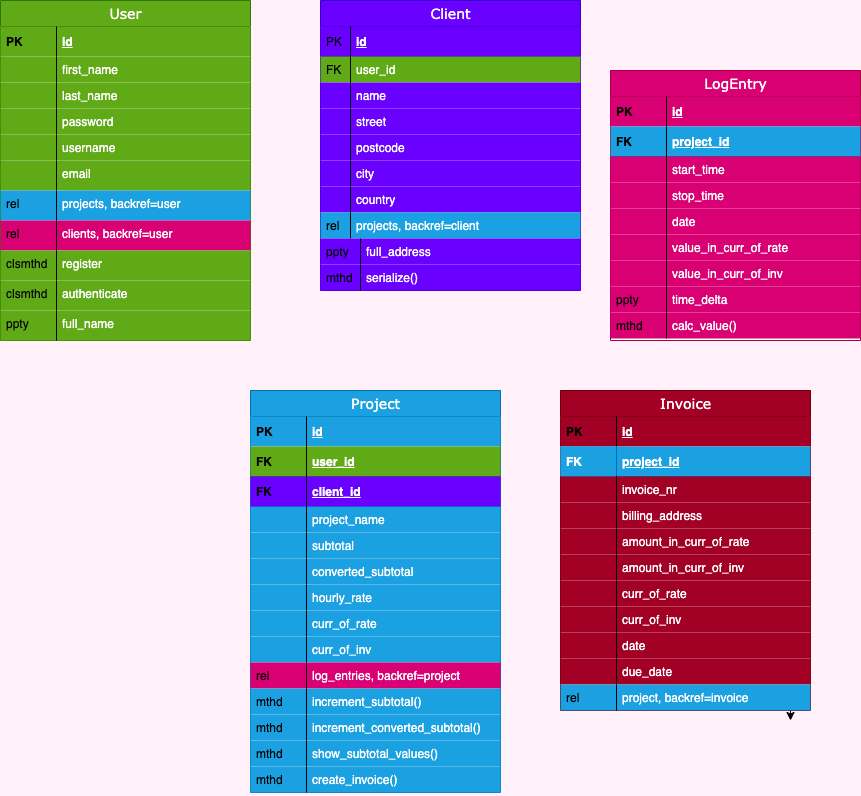
sanspanic/Track keeps this draw.io diagram as schema.png. Above is the earlier version. Source tidied: cells renumbered, new cells last; positions are measured from the earlier drawing's top-left corner, leaving out a move shared by most shapes.
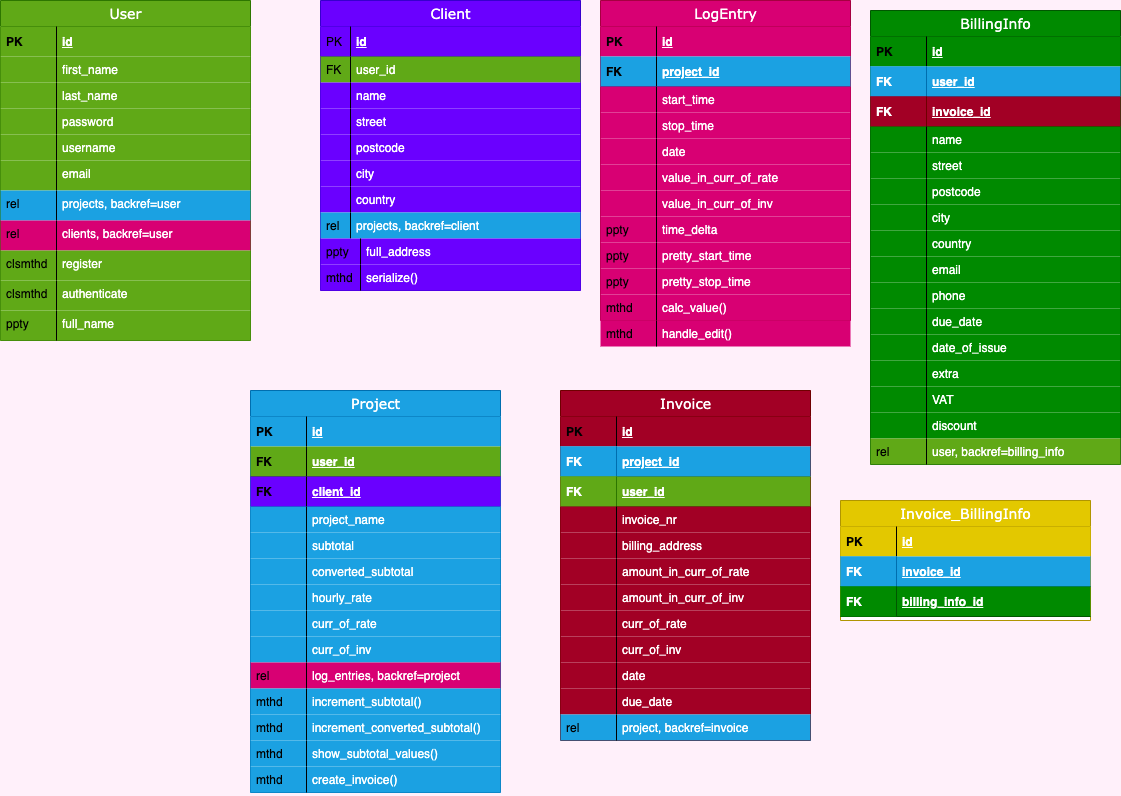
The same file after the commit.

Commit message:
add billing info

Change to the diagram source:
```diff
@@ -224,3 +224,3 @@
     <mxCell id="75" value="LogEntry" style="swimlane;html=1;fontStyle=0;horizontal=1;startSize=26;fillColor=#d80073;swimlaneFillColor=#ffffff;align=center;rounded=0;shadow=0;comic=0;labelBackgroundColor=none;strokeWidth=1;fontFamily=Verdana;fontSize=14;strokeColor=#A50040;fontColor=#ffffff;" parent="1" vertex="1">
-      <mxGeometry x="610" y="70" width="250" height="270" as="geometry" />
+      <mxGeometry x="600" width="250" height="320" as="geometry" />
     </mxCell>
@@ -274,4 +274,16 @@
     </mxCell>
+    <mxCell id="118" value="pretty_start_time" style="shape=partialRectangle;top=0;left=0;right=0;bottom=0;html=1;align=left;verticalAlign=top;fillColor=#d80073;spacingLeft=60;spacingRight=4;whiteSpace=wrap;overflow=hidden;strokeColor=#A50040;fontColor=#ffffff;" parent="75" vertex="1">
+      <mxGeometry y="242" width="250" height="26" as="geometry" />
+    </mxCell>
+    <mxCell id="119" value="ppty" style="shape=partialRectangle;top=0;left=0;bottom=0;html=1;fillColor=none;align=left;verticalAlign=top;spacingLeft=4;spacingRight=4;whiteSpace=wrap;overflow=hidden;" parent="118" vertex="1">
+      <mxGeometry width="56" height="26" as="geometry" />
+    </mxCell>
+    <mxCell id="120" value="pretty_stop_time" style="shape=partialRectangle;top=0;left=0;right=0;bottom=0;html=1;align=left;verticalAlign=top;fillColor=#d80073;spacingLeft=60;spacingRight=4;whiteSpace=wrap;overflow=hidden;strokeColor=#A50040;fontColor=#ffffff;" parent="75" vertex="1">
+      <mxGeometry y="268" width="250" height="26" as="geometry" />
+    </mxCell>
+    <mxCell id="121" value="ppty" style="shape=partialRectangle;top=0;left=0;bottom=0;html=1;fillColor=none;align=left;verticalAlign=top;spacingLeft=4;spacingRight=4;whiteSpace=wrap;overflow=hidden;" parent="120" vertex="1">
+      <mxGeometry width="56" height="26" as="geometry" />
+    </mxCell>
     <mxCell id="92" value="calc_value()" style="shape=partialRectangle;top=0;left=0;right=0;bottom=0;html=1;align=left;verticalAlign=top;fillColor=#d80073;spacingLeft=60;spacingRight=4;whiteSpace=wrap;overflow=hidden;strokeColor=#A50040;fontColor=#ffffff;" parent="75" vertex="1">
-      <mxGeometry y="242" width="250" height="26" as="geometry" />
+      <mxGeometry y="294" width="250" height="26" as="geometry" />
     </mxCell>
@@ -286,3 +298,3 @@
     <mxCell id="95" value="Invoice" style="swimlane;html=1;fontStyle=0;horizontal=1;startSize=26;fillColor=#a20025;swimlaneFillColor=#ffffff;align=center;rounded=0;shadow=0;comic=0;labelBackgroundColor=none;strokeWidth=1;fontFamily=Verdana;fontSize=14;strokeColor=#6F0000;fontColor=#ffffff;" parent="1" vertex="1">
-      <mxGeometry x="560" y="390" width="250" height="320" as="geometry" />
+      <mxGeometry x="560" y="390" width="250" height="350" as="geometry" />
     </mxCell>
@@ -300,4 +312,10 @@
     </mxCell>
+    <mxCell id="122" value="user_id" style="shape=partialRectangle;top=0;left=0;right=0;bottom=1;html=1;align=left;verticalAlign=middle;fillColor=#60a917;spacingLeft=60;spacingRight=4;whiteSpace=wrap;overflow=hidden;fontStyle=5;strokeColor=#2D7600;fontColor=#ffffff;" parent="95" vertex="1">
+      <mxGeometry y="86" width="250" height="30" as="geometry" />
+    </mxCell>
+    <mxCell id="123" value="FK" style="shape=partialRectangle;fontStyle=1;top=0;left=0;bottom=0;html=1;fillColor=#60a917;align=left;verticalAlign=middle;spacingLeft=4;spacingRight=4;whiteSpace=wrap;overflow=hidden;strokeColor=#2D7600;fontColor=#ffffff;" parent="122" vertex="1">
+      <mxGeometry width="56" height="30" as="geometry" />
+    </mxCell>
     <mxCell id="100" value="invoice_nr" style="shape=partialRectangle;top=0;left=0;right=0;bottom=0;html=1;align=left;verticalAlign=top;fillColor=#a20025;spacingLeft=60;spacingRight=4;whiteSpace=wrap;overflow=hidden;strokeColor=#6F0000;fontColor=#ffffff;" parent="95" vertex="1">
-      <mxGeometry y="86" width="250" height="26" as="geometry" />
+      <mxGeometry y="116" width="250" height="26" as="geometry" />
     </mxCell>
@@ -307,3 +325,3 @@
     <mxCell id="102" value="billing_address" style="shape=partialRectangle;top=0;left=0;right=0;bottom=0;html=1;align=left;verticalAlign=top;fillColor=#a20025;spacingLeft=60;spacingRight=4;whiteSpace=wrap;overflow=hidden;strokeColor=#6F0000;fontColor=#ffffff;" parent="95" vertex="1">
-      <mxGeometry y="112" width="250" height="26" as="geometry" />
+      <mxGeometry y="142" width="250" height="26" as="geometry" />
     </mxCell>
@@ -313,3 +331,3 @@
     <mxCell id="104" value="amount_in_curr_of_rate" style="shape=partialRectangle;top=0;left=0;right=0;bottom=0;html=1;align=left;verticalAlign=top;fillColor=#a20025;spacingLeft=60;spacingRight=4;whiteSpace=wrap;overflow=hidden;strokeColor=#6F0000;fontColor=#ffffff;" parent="95" vertex="1">
-      <mxGeometry y="138" width="250" height="26" as="geometry" />
+      <mxGeometry y="168" width="250" height="26" as="geometry" />
     </mxCell>
@@ -319,3 +337,3 @@
     <mxCell id="106" value="amount_in_curr_of_inv" style="shape=partialRectangle;top=0;left=0;right=0;bottom=0;html=1;align=left;verticalAlign=top;fillColor=#a20025;spacingLeft=60;spacingRight=4;whiteSpace=wrap;overflow=hidden;strokeColor=#6F0000;fontColor=#ffffff;" parent="95" vertex="1">
-      <mxGeometry y="164" width="250" height="26" as="geometry" />
+      <mxGeometry y="194" width="250" height="26" as="geometry" />
     </mxCell>
@@ -325,3 +343,3 @@
     <mxCell id="108" value="curr_of_rate" style="shape=partialRectangle;top=0;left=0;right=0;bottom=0;html=1;align=left;verticalAlign=top;fillColor=#a20025;spacingLeft=60;spacingRight=4;whiteSpace=wrap;overflow=hidden;strokeColor=#6F0000;fontColor=#ffffff;" parent="95" vertex="1">
-      <mxGeometry y="190" width="250" height="26" as="geometry" />
+      <mxGeometry y="220" width="250" height="26" as="geometry" />
     </mxCell>
@@ -331,3 +349,3 @@
     <mxCell id="110" value="curr_of_inv" style="shape=partialRectangle;top=0;left=0;right=0;bottom=0;html=1;align=left;verticalAlign=top;fillColor=#a20025;spacingLeft=60;spacingRight=4;whiteSpace=wrap;overflow=hidden;strokeColor=#6F0000;fontColor=#ffffff;" parent="95" vertex="1">
-      <mxGeometry y="216" width="250" height="26" as="geometry" />
+      <mxGeometry y="246" width="250" height="26" as="geometry" />
     </mxCell>
@@ -337,3 +355,3 @@
     <mxCell id="112" value="date" style="shape=partialRectangle;top=0;left=0;right=0;bottom=0;html=1;align=left;verticalAlign=top;fillColor=#a20025;spacingLeft=60;spacingRight=4;whiteSpace=wrap;overflow=hidden;strokeColor=#6F0000;fontColor=#ffffff;" parent="95" vertex="1">
-      <mxGeometry y="242" width="250" height="26" as="geometry" />
+      <mxGeometry y="272" width="250" height="26" as="geometry" />
     </mxCell>
@@ -343,3 +361,3 @@
     <mxCell id="114" value="due_date" style="shape=partialRectangle;top=0;left=0;right=0;bottom=0;html=1;align=left;verticalAlign=top;fillColor=#a20025;spacingLeft=60;spacingRight=4;whiteSpace=wrap;overflow=hidden;strokeColor=#6F0000;fontColor=#ffffff;" parent="95" vertex="1">
-      <mxGeometry y="268" width="250" height="26" as="geometry" />
+      <mxGeometry y="298" width="250" height="26" as="geometry" />
     </mxCell>
@@ -349,3 +367,3 @@
     <mxCell id="116" value="project, backref=invoice" style="shape=partialRectangle;top=0;left=0;right=0;bottom=0;html=1;align=left;verticalAlign=top;fillColor=#1ba1e2;spacingLeft=60;spacingRight=4;whiteSpace=wrap;overflow=hidden;strokeColor=#006EAF;fontColor=#ffffff;" parent="95" vertex="1">
-      <mxGeometry y="294" width="250" height="26" as="geometry" />
+      <mxGeometry y="324" width="250" height="26" as="geometry" />
     </mxCell>
@@ -354,2 +372,128 @@
     </mxCell>
+    <mxCell id="124" value="BillingInfo" style="swimlane;html=1;fontStyle=0;horizontal=1;startSize=26;fillColor=#008a00;swimlaneFillColor=#ffffff;align=center;rounded=0;shadow=0;comic=0;labelBackgroundColor=none;strokeWidth=1;fontFamily=Verdana;fontSize=14;strokeColor=#005700;fontColor=#ffffff;" parent="1" vertex="1">
+      <mxGeometry x="870" y="10" width="250" height="454" as="geometry" />
+    </mxCell>
+    <mxCell id="125" value="id" style="shape=partialRectangle;top=0;left=0;right=0;bottom=0;html=1;align=left;verticalAlign=middle;fillColor=#008a00;spacingLeft=60;spacingRight=4;whiteSpace=wrap;overflow=hidden;fontStyle=5;strokeColor=#005700;fontColor=#ffffff;" parent="124" vertex="1">
+      <mxGeometry y="26" width="250" height="30" as="geometry" />
+    </mxCell>
+    <mxCell id="126" value="PK" style="shape=partialRectangle;fontStyle=1;top=0;left=0;bottom=0;html=1;fillColor=none;align=left;verticalAlign=middle;spacingLeft=4;spacingRight=4;whiteSpace=wrap;overflow=hidden;" parent="125" vertex="1">
+      <mxGeometry width="56" height="30" as="geometry" />
+    </mxCell>
+    <mxCell id="127" value="user_id" style="shape=partialRectangle;top=0;left=0;right=0;bottom=1;html=1;align=left;verticalAlign=middle;fillColor=#1ba1e2;spacingLeft=60;spacingRight=4;whiteSpace=wrap;overflow=hidden;fontStyle=5;strokeColor=#006EAF;fontColor=#ffffff;" parent="124" vertex="1">
+      <mxGeometry y="56" width="250" height="30" as="geometry" />
+    </mxCell>
+    <mxCell id="128" value="FK" style="shape=partialRectangle;fontStyle=1;top=0;left=0;bottom=0;html=1;fillColor=#1ba1e2;align=left;verticalAlign=middle;spacingLeft=4;spacingRight=4;whiteSpace=wrap;overflow=hidden;strokeColor=#006EAF;fontColor=#ffffff;" parent="127" vertex="1">
+      <mxGeometry width="56" height="30" as="geometry" />
+    </mxCell>
+    <mxCell id="129" value="invoice_id" style="shape=partialRectangle;top=0;left=0;right=0;bottom=1;html=1;align=left;verticalAlign=middle;fillColor=#a20025;spacingLeft=60;spacingRight=4;whiteSpace=wrap;overflow=hidden;fontStyle=5;strokeColor=#6F0000;fontColor=#ffffff;" parent="124" vertex="1">
+      <mxGeometry y="86" width="250" height="30" as="geometry" />
+    </mxCell>
+    <mxCell id="130" value="FK" style="shape=partialRectangle;fontStyle=1;top=0;left=0;bottom=0;html=1;fillColor=#a20025;align=left;verticalAlign=middle;spacingLeft=4;spacingRight=4;whiteSpace=wrap;overflow=hidden;strokeColor=#6F0000;fontColor=#ffffff;" parent="129" vertex="1">
+      <mxGeometry width="56" height="30" as="geometry" />
+    </mxCell>
+    <mxCell id="131" value="name" style="shape=partialRectangle;top=0;left=0;right=0;bottom=0;html=1;align=left;verticalAlign=top;fillColor=#008a00;spacingLeft=60;spacingRight=4;whiteSpace=wrap;overflow=hidden;strokeColor=#005700;fontColor=#ffffff;" parent="124" vertex="1">
+      <mxGeometry y="116" width="250" height="26" as="geometry" />
+    </mxCell>
+    <mxCell id="132" style="shape=partialRectangle;top=0;left=0;bottom=0;html=1;fillColor=none;align=left;verticalAlign=top;spacingLeft=4;spacingRight=4;whiteSpace=wrap;overflow=hidden;" parent="131" vertex="1">
+      <mxGeometry width="56" height="26" as="geometry" />
+    </mxCell>
+    <mxCell id="133" value="street" style="shape=partialRectangle;top=0;left=0;right=0;bottom=0;html=1;align=left;verticalAlign=top;fillColor=#008a00;spacingLeft=60;spacingRight=4;whiteSpace=wrap;overflow=hidden;strokeColor=#005700;fontColor=#ffffff;" parent="124" vertex="1">
+      <mxGeometry y="142" width="250" height="26" as="geometry" />
+    </mxCell>
+    <mxCell id="134" style="shape=partialRectangle;top=0;left=0;bottom=0;html=1;fillColor=none;align=left;verticalAlign=top;spacingLeft=4;spacingRight=4;whiteSpace=wrap;overflow=hidden;" parent="133" vertex="1">
+      <mxGeometry width="56" height="26" as="geometry" />
+    </mxCell>
+    <mxCell id="135" value="postcode" style="shape=partialRectangle;top=0;left=0;right=0;bottom=0;html=1;align=left;verticalAlign=top;fillColor=#008a00;spacingLeft=60;spacingRight=4;whiteSpace=wrap;overflow=hidden;strokeColor=#005700;fontColor=#ffffff;" parent="124" vertex="1">
+      <mxGeometry y="168" width="250" height="26" as="geometry" />
+    </mxCell>
+    <mxCell id="136" style="shape=partialRectangle;top=0;left=0;bottom=0;html=1;fillColor=none;align=left;verticalAlign=top;spacingLeft=4;spacingRight=4;whiteSpace=wrap;overflow=hidden;" parent="135" vertex="1">
+      <mxGeometry width="56" height="26" as="geometry" />
+    </mxCell>
+    <mxCell id="137" value="city" style="shape=partialRectangle;top=0;left=0;right=0;bottom=0;html=1;align=left;verticalAlign=top;fillColor=#008a00;spacingLeft=60;spacingRight=4;whiteSpace=wrap;overflow=hidden;strokeColor=#005700;fontColor=#ffffff;" parent="124" vertex="1">
+      <mxGeometry y="194" width="250" height="26" as="geometry" />
+    </mxCell>
+    <mxCell id="138" style="shape=partialRectangle;top=0;left=0;bottom=0;html=1;fillColor=none;align=left;verticalAlign=top;spacingLeft=4;spacingRight=4;whiteSpace=wrap;overflow=hidden;" parent="137" vertex="1">
+      <mxGeometry width="56" height="26" as="geometry" />
+    </mxCell>
+    <mxCell id="139" value="country" style="shape=partialRectangle;top=0;left=0;right=0;bottom=0;html=1;align=left;verticalAlign=top;fillColor=#008a00;spacingLeft=60;spacingRight=4;whiteSpace=wrap;overflow=hidden;strokeColor=#005700;fontColor=#ffffff;" parent="124" vertex="1">
+      <mxGeometry y="220" width="250" height="26" as="geometry" />
+    </mxCell>
+    <mxCell id="140" style="shape=partialRectangle;top=0;left=0;bottom=0;html=1;fillColor=none;align=left;verticalAlign=top;spacingLeft=4;spacingRight=4;whiteSpace=wrap;overflow=hidden;" parent="139" vertex="1">
+      <mxGeometry width="56" height="26" as="geometry" />
+    </mxCell>
+    <mxCell id="141" value="email" style="shape=partialRectangle;top=0;left=0;right=0;bottom=0;html=1;align=left;verticalAlign=top;fillColor=#008a00;spacingLeft=60;spacingRight=4;whiteSpace=wrap;overflow=hidden;strokeColor=#005700;fontColor=#ffffff;" parent="124" vertex="1">
+      <mxGeometry y="246" width="250" height="26" as="geometry" />
+    </mxCell>
+    <mxCell id="142" style="shape=partialRectangle;top=0;left=0;bottom=0;html=1;fillColor=none;align=left;verticalAlign=top;spacingLeft=4;spacingRight=4;whiteSpace=wrap;overflow=hidden;" parent="141" vertex="1">
+      <mxGeometry width="56" height="26" as="geometry" />
+    </mxCell>
+    <mxCell id="143" value="phone" style="shape=partialRectangle;top=0;left=0;right=0;bottom=0;html=1;align=left;verticalAlign=top;fillColor=#008a00;spacingLeft=60;spacingRight=4;whiteSpace=wrap;overflow=hidden;strokeColor=#005700;fontColor=#ffffff;" parent="124" vertex="1">
+      <mxGeometry y="272" width="250" height="26" as="geometry" />
+    </mxCell>
+    <mxCell id="144" style="shape=partialRectangle;top=0;left=0;bottom=0;html=1;fillColor=none;align=left;verticalAlign=top;spacingLeft=4;spacingRight=4;whiteSpace=wrap;overflow=hidden;" parent="143" vertex="1">
+      <mxGeometry width="56" height="26" as="geometry" />
+    </mxCell>
+    <mxCell id="145" value="due_date" style="shape=partialRectangle;top=0;left=0;right=0;bottom=0;html=1;align=left;verticalAlign=top;fillColor=#008a00;spacingLeft=60;spacingRight=4;whiteSpace=wrap;overflow=hidden;strokeColor=#005700;fontColor=#ffffff;" parent="124" vertex="1">
+      <mxGeometry y="298" width="250" height="26" as="geometry" />
+    </mxCell>
+    <mxCell id="146" style="shape=partialRectangle;top=0;left=0;bottom=0;html=1;fillColor=none;align=left;verticalAlign=top;spacingLeft=4;spacingRight=4;whiteSpace=wrap;overflow=hidden;" parent="145" vertex="1">
+      <mxGeometry width="56" height="26" as="geometry" />
+    </mxCell>
+    <mxCell id="147" value="date_of_issue" style="shape=partialRectangle;top=0;left=0;right=0;bottom=0;html=1;align=left;verticalAlign=top;fillColor=#008a00;spacingLeft=60;spacingRight=4;whiteSpace=wrap;overflow=hidden;strokeColor=#005700;fontColor=#ffffff;" parent="124" vertex="1">
+      <mxGeometry y="324" width="250" height="26" as="geometry" />
+    </mxCell>
+    <mxCell id="148" style="shape=partialRectangle;top=0;left=0;bottom=0;html=1;fillColor=none;align=left;verticalAlign=top;spacingLeft=4;spacingRight=4;whiteSpace=wrap;overflow=hidden;" parent="147" vertex="1">
+      <mxGeometry width="56" height="26" as="geometry" />
+    </mxCell>
+    <mxCell id="149" value="extra" style="shape=partialRectangle;top=0;left=0;right=0;bottom=0;html=1;align=left;verticalAlign=top;fillColor=#008a00;spacingLeft=60;spacingRight=4;whiteSpace=wrap;overflow=hidden;strokeColor=#005700;fontColor=#ffffff;" parent="124" vertex="1">
+      <mxGeometry y="350" width="250" height="26" as="geometry" />
+    </mxCell>
+    <mxCell id="150" style="shape=partialRectangle;top=0;left=0;bottom=0;html=1;fillColor=none;align=left;verticalAlign=top;spacingLeft=4;spacingRight=4;whiteSpace=wrap;overflow=hidden;" parent="149" vertex="1">
+      <mxGeometry width="56" height="26" as="geometry" />
+    </mxCell>
+    <mxCell id="151" value="VAT" style="shape=partialRectangle;top=0;left=0;right=0;bottom=0;html=1;align=left;verticalAlign=top;fillColor=#008a00;spacingLeft=60;spacingRight=4;whiteSpace=wrap;overflow=hidden;strokeColor=#005700;fontColor=#ffffff;" parent="124" vertex="1">
+      <mxGeometry y="376" width="250" height="26" as="geometry" />
+    </mxCell>
+    <mxCell id="152" style="shape=partialRectangle;top=0;left=0;bottom=0;html=1;fillColor=none;align=left;verticalAlign=top;spacingLeft=4;spacingRight=4;whiteSpace=wrap;overflow=hidden;" parent="151" vertex="1">
+      <mxGeometry width="56" height="26" as="geometry" />
+    </mxCell>
+    <mxCell id="153" value="discount" style="shape=partialRectangle;top=0;left=0;right=0;bottom=0;html=1;align=left;verticalAlign=top;fillColor=#008a00;spacingLeft=60;spacingRight=4;whiteSpace=wrap;overflow=hidden;strokeColor=#005700;fontColor=#ffffff;" parent="124" vertex="1">
+      <mxGeometry y="402" width="250" height="26" as="geometry" />
+    </mxCell>
+    <mxCell id="154" style="shape=partialRectangle;top=0;left=0;bottom=0;html=1;fillColor=none;align=left;verticalAlign=top;spacingLeft=4;spacingRight=4;whiteSpace=wrap;overflow=hidden;" parent="153" vertex="1">
+      <mxGeometry width="56" height="26" as="geometry" />
+    </mxCell>
+    <mxCell id="155" value="user, backref=billing_info" style="shape=partialRectangle;top=0;left=0;right=0;bottom=0;html=1;align=left;verticalAlign=top;fillColor=#60a917;spacingLeft=60;spacingRight=4;whiteSpace=wrap;overflow=hidden;strokeColor=#2D7600;fontColor=#ffffff;" parent="124" vertex="1">
+      <mxGeometry y="428" width="250" height="26" as="geometry" />
+    </mxCell>
+    <mxCell id="156" value="rel" style="shape=partialRectangle;top=0;left=0;bottom=0;html=1;fillColor=none;align=left;verticalAlign=top;spacingLeft=4;spacingRight=4;whiteSpace=wrap;overflow=hidden;" parent="155" vertex="1">
+      <mxGeometry width="56" height="26" as="geometry" />
+    </mxCell>
+    <mxCell id="157" value="handle_edit()" style="shape=partialRectangle;top=0;left=0;right=0;bottom=0;html=1;align=left;verticalAlign=top;fillColor=#d80073;spacingLeft=60;spacingRight=4;whiteSpace=wrap;overflow=hidden;strokeColor=#A50040;fontColor=#ffffff;" parent="1" vertex="1">
+      <mxGeometry x="600" y="320" width="250" height="26" as="geometry" />
+    </mxCell>
+    <mxCell id="158" value="mthd" style="shape=partialRectangle;top=0;left=0;bottom=0;html=1;fillColor=none;align=left;verticalAlign=top;spacingLeft=4;spacingRight=4;whiteSpace=wrap;overflow=hidden;" parent="157" vertex="1">
+      <mxGeometry width="56" height="26" as="geometry" />
+    </mxCell>
+    <mxCell id="159" value="Invoice_BillingInfo" style="swimlane;html=1;fontStyle=0;horizontal=1;startSize=26;fillColor=#e3c800;swimlaneFillColor=#ffffff;align=center;rounded=0;shadow=0;comic=0;labelBackgroundColor=none;strokeWidth=1;fontFamily=Verdana;fontSize=14;strokeColor=#B09500;fontColor=#ffffff;" parent="1" vertex="1">
+      <mxGeometry x="840" y="500" width="250" height="120" as="geometry" />
+    </mxCell>
+    <mxCell id="160" value="id" style="shape=partialRectangle;top=0;left=0;right=0;bottom=0;html=1;align=left;verticalAlign=middle;fillColor=#e3c800;spacingLeft=60;spacingRight=4;whiteSpace=wrap;overflow=hidden;fontStyle=5;strokeColor=#B09500;fontColor=#ffffff;" parent="159" vertex="1">
+      <mxGeometry y="26" width="250" height="30" as="geometry" />
+    </mxCell>
+    <mxCell id="161" value="PK" style="shape=partialRectangle;fontStyle=1;top=0;left=0;bottom=0;html=1;fillColor=none;align=left;verticalAlign=middle;spacingLeft=4;spacingRight=4;whiteSpace=wrap;overflow=hidden;" parent="160" vertex="1">
+      <mxGeometry width="56" height="30" as="geometry" />
+    </mxCell>
+    <mxCell id="162" value="invoice_id" style="shape=partialRectangle;top=0;left=0;right=0;bottom=1;html=1;align=left;verticalAlign=middle;fillColor=#1ba1e2;spacingLeft=60;spacingRight=4;whiteSpace=wrap;overflow=hidden;fontStyle=5;strokeColor=#006EAF;fontColor=#ffffff;" parent="159" vertex="1">
+      <mxGeometry y="56" width="250" height="30" as="geometry" />
+    </mxCell>
+    <mxCell id="163" value="FK" style="shape=partialRectangle;fontStyle=1;top=0;left=0;bottom=0;html=1;fillColor=#1ba1e2;align=left;verticalAlign=middle;spacingLeft=4;spacingRight=4;whiteSpace=wrap;overflow=hidden;strokeColor=#006EAF;fontColor=#ffffff;" parent="162" vertex="1">
+      <mxGeometry width="56" height="30" as="geometry" />
+    </mxCell>
+    <mxCell id="164" value="billing_info_id" style="shape=partialRectangle;top=0;left=0;right=0;bottom=1;html=1;align=left;verticalAlign=middle;fillColor=#008a00;spacingLeft=60;spacingRight=4;whiteSpace=wrap;overflow=hidden;fontStyle=5;strokeColor=#005700;fontColor=#ffffff;" parent="159" vertex="1">
+      <mxGeometry y="86" width="250" height="30" as="geometry" />
+    </mxCell>
+    <mxCell id="165" value="FK" style="shape=partialRectangle;fontStyle=1;top=0;left=0;bottom=0;html=1;fillColor=#008a00;align=left;verticalAlign=middle;spacingLeft=4;spacingRight=4;whiteSpace=wrap;overflow=hidden;strokeColor=#005700;fontColor=#ffffff;" parent="164" vertex="1">
+      <mxGeometry width="56" height="30" as="geometry" />
+    </mxCell>
   </root>
```
